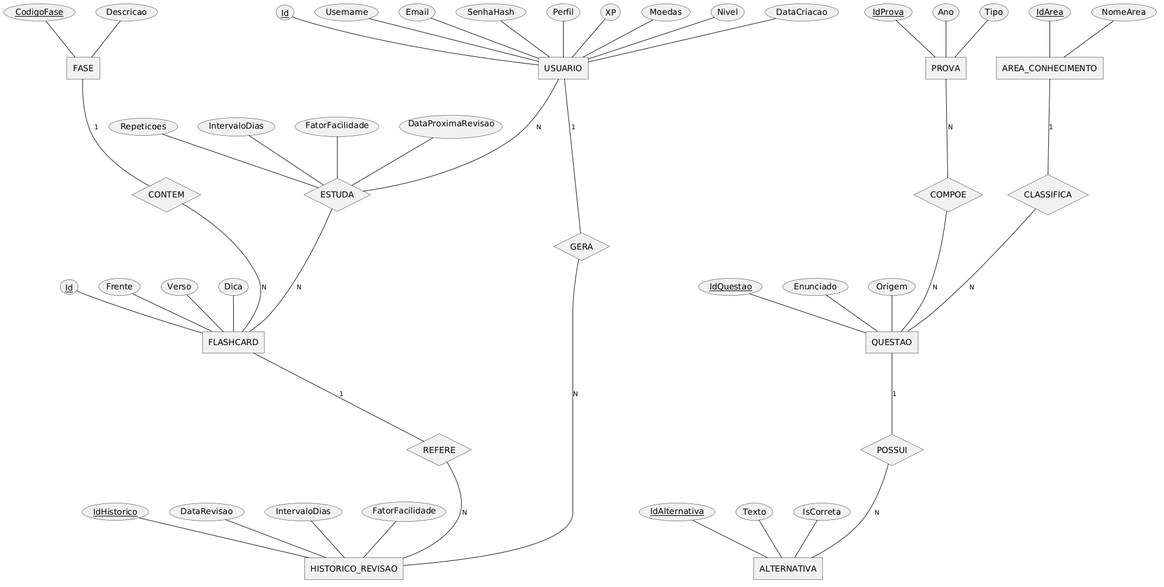
The PlantUML diagram modelagem-uml/04_Banco_de_Dados/MER Nex_TI.png in MayconDIS/PIM_IV, before a commit.
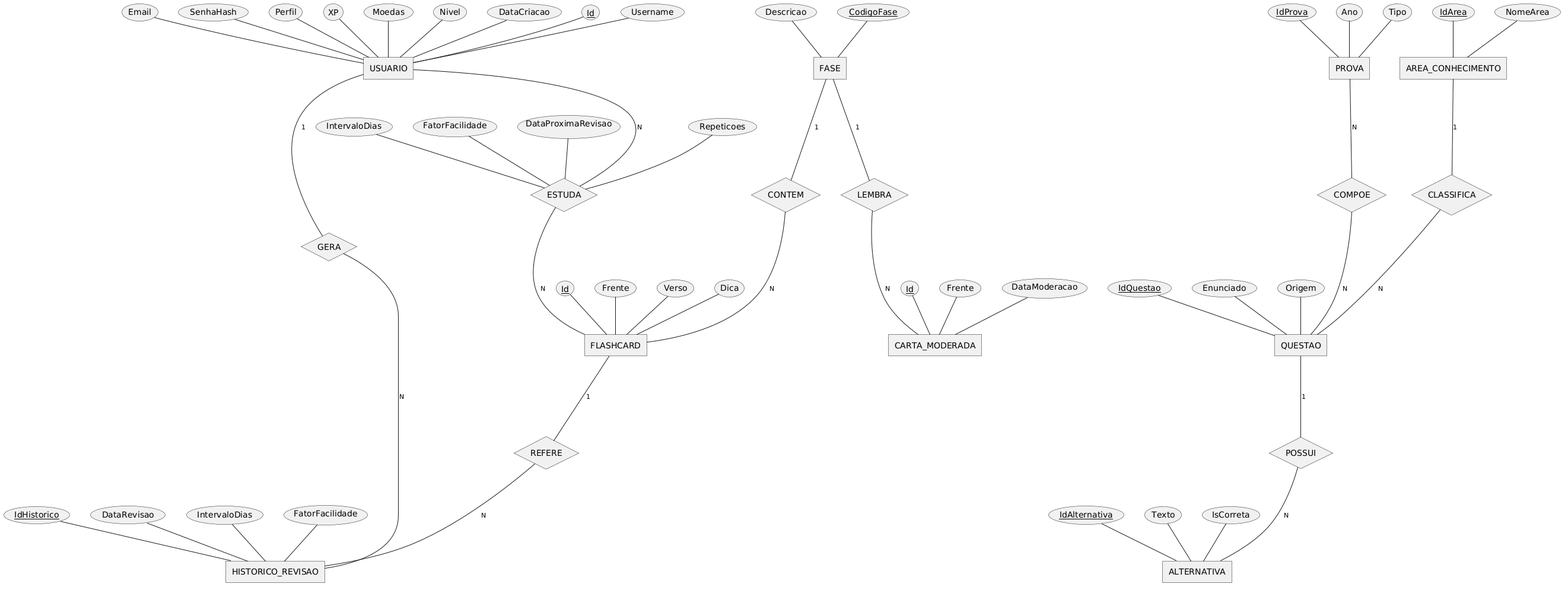
The same file after the commit.

The edit, as a diff of the source:
```diff
@@ -22,6 +22,12 @@
   Frente
   Verso
   Dica
+}
+
+entity CARTA_MODERADA {
+  Id <<key>>
+  Frente
+  DataModeracao
 }
 
 entity HISTORICO_REVISAO {
@@ -62,6 +68,8 @@
   FatorFacilidade
   DataProximaRevisao
 }
+relationship LEMBRA {
+}
 relationship GERA {
 }
 relationship REFERE {
@@ -75,6 +83,9 @@
 
 FASE -1- CONTEM
 CONTEM -N- FLASHCARD
+
+FASE -1- LEMBRA
+LEMBRA -N- CARTA_MODERADA
 
 USUARIO -N- ESTUDA
 ESTUDA -N- FLASHCARD
```
